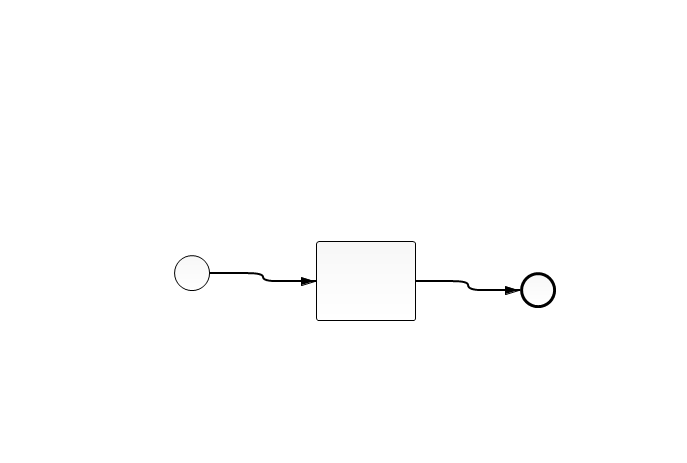
The BPMN diagram src/main/resources/search_candidate.png in SandraLe/WEPLACM, before a commit. Its source is kept beside it as src/main/resources/search_candidate.bpmn. Ids are renumbered.
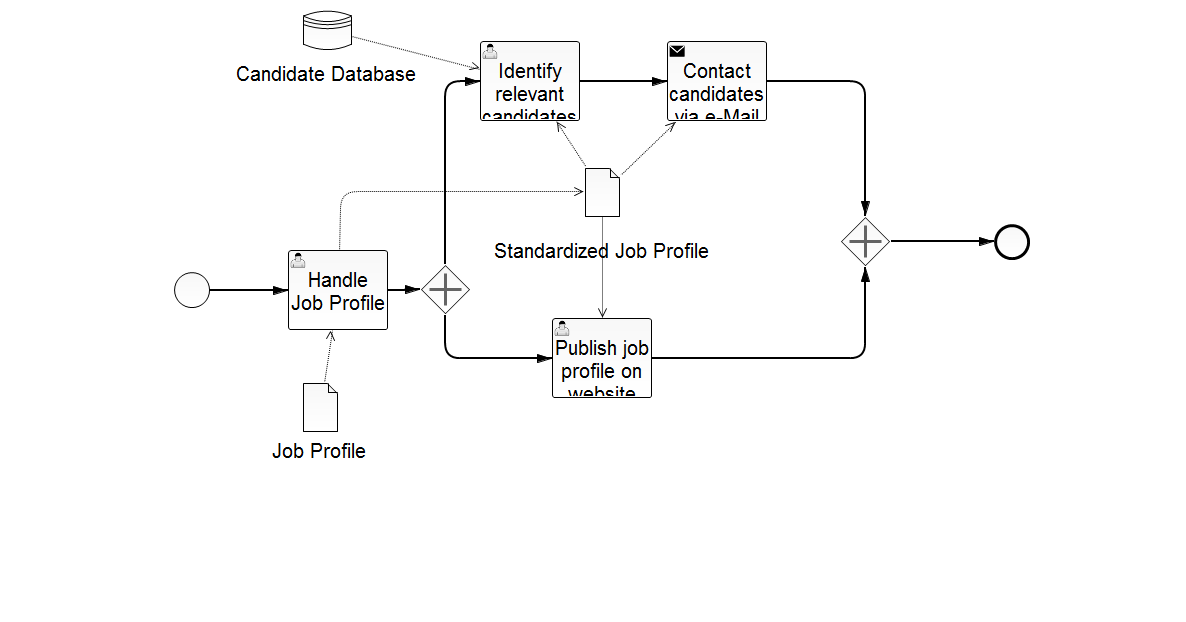
The same diagram one commit later.

What changed in the source:
```diff
@@ -1,19 +1,20 @@
 <bpmn2:definitions xmlns:xsi="http://www.w3.org/2001/XMLSchema-instance" xmlns:bpmn2="http://www.omg.org/spec/BPMN/20100524/MODEL" xmlns:bpmndi="http://www.omg.org/spec/BPMN/20100524/DI" xmlns:dc="http://www.omg.org/spec/DD/20100524/DC" xmlns:di="http://www.omg.org/spec/DD/20100524/DI" xsi:schemaLocation="http://www.omg.org/spec/BPMN/20100524/MODEL BPMN20.xsd" id="_nEj-wAk-EeWftNyabiApZA" exporter="camunda modeler" exporterVersion="2.7.0" targetNamespace="http://activiti.org/bpmn">
   <bpmn2:process id="search_candidate" isExecutable="true">
-    <bpmn2:ioSpecification id="InputOutputSpecification_1">
-      <bpmn2:dataInput id="DataInput_1"/>
-    </bpmn2:ioSpecification>
+    <bpmn2:ioSpecification id="InputOutputSpecification_1"/>
     <bpmn2:startEvent id="StartEvent_1">
       <bpmn2:outgoing>SequenceFlow_1</bpmn2:outgoing>
     </bpmn2:startEvent>
     <bpmn2:sequenceFlow id="SequenceFlow_1" name="" sourceRef="StartEvent_1" targetRef="Task_1"/>
-    <bpmn2:task id="Task_1" name="Handle Job Profile">
+    <bpmn2:userTask id="Task_1" name="Handle Job Profile">
       <bpmn2:incoming>SequenceFlow_1</bpmn2:incoming>
       <bpmn2:outgoing>SequenceFlow_10</bpmn2:outgoing>
-      <bpmn2:dataInputAssociation id="DataInputAssociation_2">
-        <bpmn2:sourceRef>DataInput_1</bpmn2:sourceRef>
+      <bpmn2:dataInputAssociation id="DataInputAssociation_3">
+        <bpmn2:sourceRef>JobProfileReference1</bpmn2:sourceRef>
       </bpmn2:dataInputAssociation>
-    </bpmn2:task>
+      <bpmn2:dataOutputAssociation id="DataOutputAssociation_1">
+        <bpmn2:targetRef>StandardizedJobProfileReference1</bpmn2:targetRef>
+      </bpmn2:dataOutputAssociation>
+    </bpmn2:userTask>
     <bpmn2:sequenceFlow id="SequenceFlow_10" name="" sourceRef="Task_1" targetRef="ParallelGateway_1"/>
     <bpmn2:parallelGateway id="ParallelGateway_1">
       <bpmn2:incoming>SequenceFlow_10</bpmn2:incoming>
@@ -22,34 +23,47 @@
     </bpmn2:parallelGateway>
     <bpmn2:sequenceFlow id="SequenceFlow_8" name="" sourceRef="ParallelGateway_1" targetRef="Task_3"/>
     <bpmn2:sequenceFlow id="SequenceFlow_9" name="" sourceRef="ParallelGateway_1" targetRef="Task_2"/>
+    <bpmn2:userTask id="Task_3" name="Publish job profile on website">
+      <bpmn2:incoming>SequenceFlow_8</bpmn2:incoming>
+      <bpmn2:outgoing>SequenceFlow_14</bpmn2:outgoing>
+      <bpmn2:dataInputAssociation id="DataInputAssociation_6">
+        <bpmn2:sourceRef>StandardizedJobProfileReference1</bpmn2:sourceRef>
+      </bpmn2:dataInputAssociation>
+    </bpmn2:userTask>
+    <bpmn2:sequenceFlow id="SequenceFlow_14" name="" sourceRef="Task_3" targetRef="ParallelGateway_2"/>
+    <bpmn2:dataStoreReference id="_DataStoreReference_2" name="Candidate Database" dataStoreRef="DataStore_1"/>
+    <bpmn2:dataObject id="DataObject_1" name="Data Object 1"/>
+    <bpmn2:dataObjectReference id="JobProfileReference1" name="Job Profile" dataObjectRef="DataObject_1"/>
+    <bpmn2:dataObject id="DataObject_2" name="Data Object 2"/>
+    <bpmn2:dataObjectReference id="StandardizedJobProfileReference1" name="Standardized Job Profile" dataObjectRef="DataObject_2"/>
+    <bpmn2:userTask id="Task_2" name="Identify relevant candidates from the database">
+      <bpmn2:incoming>SequenceFlow_9</bpmn2:incoming>
+      <bpmn2:outgoing>SequenceFlow_11</bpmn2:outgoing>
+      <bpmn2:dataInputAssociation id="DataInputAssociation_1">
+        <bpmn2:sourceRef>_DataStoreReference_2</bpmn2:sourceRef>
+      </bpmn2:dataInputAssociation>
+      <bpmn2:dataInputAssociation id="DataInputAssociation_5">
+        <bpmn2:sourceRef>StandardizedJobProfileReference1</bpmn2:sourceRef>
+      </bpmn2:dataInputAssociation>
+    </bpmn2:userTask>
+    <bpmn2:sequenceFlow id="SequenceFlow_11" name="" sourceRef="Task_2" targetRef="Task_4"/>
+    <bpmn2:sendTask id="Task_4" name="Contact candidates via e-Mail">
+      <bpmn2:incoming>SequenceFlow_11</bpmn2:incoming>
+      <bpmn2:outgoing>SequenceFlow_12</bpmn2:outgoing>
+      <bpmn2:dataInputAssociation id="DataInputAssociation_4">
+        <bpmn2:sourceRef>StandardizedJobProfileReference1</bpmn2:sourceRef>
+      </bpmn2:dataInputAssociation>
+    </bpmn2:sendTask>
+    <bpmn2:sequenceFlow id="SequenceFlow_12" name="" sourceRef="Task_4" targetRef="ParallelGateway_2"/>
     <bpmn2:parallelGateway id="ParallelGateway_2">
       <bpmn2:incoming>SequenceFlow_12</bpmn2:incoming>
       <bpmn2:incoming>SequenceFlow_14</bpmn2:incoming>
       <bpmn2:outgoing>SequenceFlow_17</bpmn2:outgoing>
     </bpmn2:parallelGateway>
-    <bpmn2:task id="Task_2" name="Identify relevant candidates from the database">
-      <bpmn2:incoming>SequenceFlow_9</bpmn2:incoming>
-      <bpmn2:outgoing>SequenceFlow_11</bpmn2:outgoing>
-      <bpmn2:dataInputAssociation id="DataInputAssociation_1">
-        <bpmn2:sourceRef>_DataStoreReference_2</bpmn2:sourceRef>
-      </bpmn2:dataInputAssociation>
-    </bpmn2:task>
-    <bpmn2:sequenceFlow id="SequenceFlow_11" name="" sourceRef="Task_2" targetRef="Task_4"/>
-    <bpmn2:task id="Task_4" name="Contact candidates via e-Mail">
-      <bpmn2:incoming>SequenceFlow_11</bpmn2:incoming>
-      <bpmn2:outgoing>SequenceFlow_12</bpmn2:outgoing>
-    </bpmn2:task>
-    <bpmn2:sequenceFlow id="SequenceFlow_12" name="" sourceRef="Task_4" targetRef="ParallelGateway_2"/>
-    <bpmn2:task id="Task_3" name="Publish job profile on website">
-      <bpmn2:incoming>SequenceFlow_8</bpmn2:incoming>
-      <bpmn2:outgoing>SequenceFlow_14</bpmn2:outgoing>
-    </bpmn2:task>
-    <bpmn2:sequenceFlow id="SequenceFlow_14" name="" sourceRef="Task_3" targetRef="ParallelGateway_2"/>
     <bpmn2:sequenceFlow id="SequenceFlow_17" name="" sourceRef="ParallelGateway_2" targetRef="EndEvent_3"/>
     <bpmn2:endEvent id="EndEvent_3">
       <bpmn2:incoming>SequenceFlow_17</bpmn2:incoming>
     </bpmn2:endEvent>
-    <bpmn2:dataStoreReference id="_DataStoreReference_2" name="Candidate Database" dataStoreRef="DataStore_1"/>
   </bpmn2:process>
   <bpmn2:dataStore id="DataStore_1" name="Data Store 1"/>
   <bpmndi:BPMNDiagram id="BPMNDiagram_1">
@@ -68,13 +82,13 @@
         </bpmndi:BPMNLabel>
       </bpmndi:BPMNEdge>
       <bpmndi:BPMNShape id="_BPMNShape_Task_3" bpmnElement="Task_2">
-        <dc:Bounds height="80.0" width="100.0" x="480.0" y="169.0"/>
+        <dc:Bounds height="80.0" width="100.0" x="480.0" y="36.0"/>
       </bpmndi:BPMNShape>
       <bpmndi:BPMNShape id="_BPMNShape_Task_4" bpmnElement="Task_3">
         <dc:Bounds height="80.0" width="100.0" x="552.0" y="313.0"/>
       </bpmndi:BPMNShape>
       <bpmndi:BPMNShape id="_BPMNShape_Task_5" bpmnElement="Task_4">
-        <dc:Bounds height="80.0" width="100.0" x="612.0" y="169.0"/>
+        <dc:Bounds height="80.0" width="100.0" x="667.0" y="36.0"/>
       </bpmndi:BPMNShape>
       <bpmndi:BPMNShape id="_BPMNShape_ParallelGateway_2" bpmnElement="ParallelGateway_1">
         <dc:Bounds height="50.0" width="50.0" x="420.0" y="259.0"/>
@@ -92,10 +106,10 @@
       </bpmndi:BPMNEdge>
       <bpmndi:BPMNEdge id="BPMNEdge_SequenceFlow_9" bpmnElement="SequenceFlow_9" sourceElement="_BPMNShape_ParallelGateway_2" targetElement="_BPMNShape_Task_3">
         <di:waypoint xsi:type="dc:Point" x="445.0" y="259.0"/>
-        <di:waypoint xsi:type="dc:Point" x="445.0" y="209.0"/>
-        <di:waypoint xsi:type="dc:Point" x="480.0" y="209.0"/>
+        <di:waypoint xsi:type="dc:Point" x="445.0" y="76.0"/>
+        <di:waypoint xsi:type="dc:Point" x="480.0" y="76.0"/>
         <bpmndi:BPMNLabel>
-          <dc:Bounds height="6.0" width="6.0" x="445.0" y="209.0"/>
+          <dc:Bounds height="6.0" width="6.0" x="442.0" y="206.0"/>
         </bpmndi:BPMNLabel>
       </bpmndi:BPMNEdge>
       <bpmndi:BPMNEdge id="BPMNEdge_SequenceFlow_10" bpmnElement="SequenceFlow_10" sourceElement="_BPMNShape_Task_2" targetElement="_BPMNShape_ParallelGateway_2">
@@ -108,66 +122,91 @@
         </bpmndi:BPMNLabel>
       </bpmndi:BPMNEdge>
       <bpmndi:BPMNEdge id="BPMNEdge_SequenceFlow_11" bpmnElement="SequenceFlow_11" sourceElement="_BPMNShape_Task_3" targetElement="_BPMNShape_Task_5">
-        <di:waypoint xsi:type="dc:Point" x="580.0" y="209.0"/>
-        <di:waypoint xsi:type="dc:Point" x="612.0" y="209.0"/>
+        <di:waypoint xsi:type="dc:Point" x="580.0" y="76.0"/>
+        <di:waypoint xsi:type="dc:Point" x="667.0" y="76.0"/>
         <bpmndi:BPMNLabel>
-          <dc:Bounds height="6.0" width="6.0" x="593.0" y="209.0"/>
+          <dc:Bounds height="6.0" width="6.0" x="593.0" y="76.0"/>
         </bpmndi:BPMNLabel>
       </bpmndi:BPMNEdge>
       <bpmndi:BPMNShape id="_BPMNShape_ParallelGateway_3" bpmnElement="ParallelGateway_2">
-        <dc:Bounds height="50.0" width="50.0" x="739.0" y="259.0"/>
+        <dc:Bounds height="50.0" width="50.0" x="840.0" y="211.0"/>
         <bpmndi:BPMNLabel>
-          <dc:Bounds height="0.0" width="0.0" x="764.0" y="314.0"/>
+          <dc:Bounds height="0.0" width="0.0" x="865.0" y="266.0"/>
         </bpmndi:BPMNLabel>
       </bpmndi:BPMNShape>
       <bpmndi:BPMNEdge id="BPMNEdge_SequenceFlow_12" bpmnElement="SequenceFlow_12" sourceElement="_BPMNShape_Task_5" targetElement="_BPMNShape_ParallelGateway_3">
-        <di:waypoint xsi:type="dc:Point" x="712.0" y="209.0"/>
-        <di:waypoint xsi:type="dc:Point" x="765.0" y="209.0"/>
-        <di:waypoint xsi:type="dc:Point" x="764.0" y="259.0"/>
+        <di:waypoint xsi:type="dc:Point" x="767.0" y="76.0"/>
+        <di:waypoint xsi:type="dc:Point" x="865.0" y="76.0"/>
+        <di:waypoint xsi:type="dc:Point" x="865.0" y="180.0"/>
+        <di:waypoint xsi:type="dc:Point" x="865.0" y="211.0"/>
         <bpmndi:BPMNLabel>
-          <dc:Bounds height="6.0" width="6.0" x="762.0" y="217.0"/>
+          <dc:Bounds height="6.0" width="6.0" x="825.0" y="76.0"/>
         </bpmndi:BPMNLabel>
       </bpmndi:BPMNEdge>
       <bpmndi:BPMNEdge id="BPMNEdge_SequenceFlow_14" bpmnElement="SequenceFlow_14" sourceElement="_BPMNShape_Task_4" targetElement="_BPMNShape_ParallelGateway_3">
         <di:waypoint xsi:type="dc:Point" x="652.0" y="353.0"/>
-        <di:waypoint xsi:type="dc:Point" x="765.0" y="353.0"/>
-        <di:waypoint xsi:type="dc:Point" x="764.0" y="309.0"/>
+        <di:waypoint xsi:type="dc:Point" x="865.0" y="353.0"/>
+        <di:waypoint xsi:type="dc:Point" x="865.0" y="261.0"/>
         <bpmndi:BPMNLabel>
-          <dc:Bounds height="6.0" width="6.0" x="761.0" y="325.0"/>
+          <dc:Bounds height="6.0" width="6.0" x="790.0" y="353.0"/>
         </bpmndi:BPMNLabel>
       </bpmndi:BPMNEdge>
       <bpmndi:BPMNShape id="_BPMNShape_EndEvent_7" bpmnElement="EndEvent_3">
-        <dc:Bounds height="36.0" width="36.0" x="842.0" y="267.0"/>
+        <dc:Bounds height="36.0" width="36.0" x="994.0" y="219.0"/>
         <bpmndi:BPMNLabel>
-          <dc:Bounds height="0.0" width="0.0" x="860.0" y="308.0"/>
+          <dc:Bounds height="0.0" width="0.0" x="1012.0" y="260.0"/>
         </bpmndi:BPMNLabel>
       </bpmndi:BPMNShape>
       <bpmndi:BPMNEdge id="BPMNEdge_SequenceFlow_17" bpmnElement="SequenceFlow_17" sourceElement="_BPMNShape_ParallelGateway_3" targetElement="_BPMNShape_EndEvent_7">
-        <di:waypoint xsi:type="dc:Point" x="789.0" y="284.0"/>
-        <di:waypoint xsi:type="dc:Point" x="814.0" y="284.0"/>
-        <di:waypoint xsi:type="dc:Point" x="814.0" y="285.0"/>
-        <di:waypoint xsi:type="dc:Point" x="842.0" y="285.0"/>
+        <di:waypoint xsi:type="dc:Point" x="890.0" y="236.0"/>
+        <di:waypoint xsi:type="dc:Point" x="946.0" y="236.0"/>
+        <di:waypoint xsi:type="dc:Point" x="994.0" y="237.0"/>
         <bpmndi:BPMNLabel>
-          <dc:Bounds height="6.0" width="6.0" x="811.0" y="285.0"/>
+          <dc:Bounds height="6.0" width="6.0" x="913.0" y="236.0"/>
         </bpmndi:BPMNLabel>
       </bpmndi:BPMNEdge>
       <bpmndi:BPMNShape id="_BPMNShape_DataStoreReference_2" bpmnElement="_DataStoreReference_2">
-        <dc:Bounds height="50.0" width="50.0" x="353.0" y="71.0"/>
+        <dc:Bounds height="50.0" width="50.0" x="302.0" y="0.0"/>
+        <bpmndi:BPMNLabel>
+          <dc:Bounds height="29.0" width="186.0" x="234.0" y="55.0"/>
+        </bpmndi:BPMNLabel>
       </bpmndi:BPMNShape>
       <bpmndi:BPMNEdge id="BPMNEdge_DataInputAssociation_1" bpmnElement="DataInputAssociation_1" sourceElement="_BPMNShape_DataStoreReference_2" targetElement="_BPMNShape_Task_3">
-        <di:waypoint xsi:type="dc:Point" x="403.0" y="96.0"/>
-        <di:waypoint xsi:type="dc:Point" x="530.0" y="96.0"/>
-        <di:waypoint xsi:type="dc:Point" x="530.0" y="169.0"/>
+        <di:waypoint xsi:type="dc:Point" x="352.0" y="31.0"/>
+        <di:waypoint xsi:type="dc:Point" x="480.0" y="63.0"/>
       </bpmndi:BPMNEdge>
-      <bpmndi:BPMNShape id="_BPMNShape_DataInput_2" bpmnElement="DataInput_1">
-        <dc:Bounds height="50.0" width="36.0" x="320.0" y="384.0"/>
+      <bpmndi:BPMNShape id="_BPMNShape_DataObjectReference_7" bpmnElement="JobProfileReference1">
+        <dc:Bounds height="50.0" width="36.0" x="302.0" y="377.0"/>
         <bpmndi:BPMNLabel>
-          <dc:Bounds height="0.0" width="0.0" x="338.0" y="439.0"/>
+          <dc:Bounds height="29.0" width="226.0" x="207.0" y="432.0"/>
         </bpmndi:BPMNLabel>
       </bpmndi:BPMNShape>
-      <bpmndi:BPMNEdge id="BPMNEdge_DataInputAssociation_2" bpmnElement="DataInputAssociation_2" sourceElement="_BPMNShape_DataInput_2" targetElement="_BPMNShape_Task_2">
-        <di:waypoint xsi:type="dc:Point" x="338.0" y="384.0"/>
-        <di:waypoint xsi:type="dc:Point" x="338.0" y="325.0"/>
+      <bpmndi:BPMNEdge id="BPMNEdge_DataInputAssociation_3" bpmnElement="DataInputAssociation_3" sourceElement="_BPMNShape_DataObjectReference_7" targetElement="_BPMNShape_Task_2">
+        <di:waypoint xsi:type="dc:Point" x="324.0" y="377.0"/>
+        <di:waypoint xsi:type="dc:Point" x="332.0" y="325.0"/>
+      </bpmndi:BPMNEdge>
+      <bpmndi:BPMNShape id="_BPMNShape_DataObjectReference_8" bpmnElement="StandardizedJobProfileReference1">
+        <dc:Bounds height="50.0" width="36.0" x="584.0" y="162.0"/>
+        <bpmndi:BPMNLabel>
+          <dc:Bounds height="29.0" width="221.0" x="492.0" y="232.0"/>
+        </bpmndi:BPMNLabel>
+      </bpmndi:BPMNShape>
+      <bpmndi:BPMNEdge id="BPMNEdge_DataInputAssociation_4" bpmnElement="DataInputAssociation_4" sourceElement="_BPMNShape_DataObjectReference_8" targetElement="_BPMNShape_Task_5">
+        <di:waypoint xsi:type="dc:Point" x="620.0" y="170.0"/>
+        <di:waypoint xsi:type="dc:Point" x="676.0" y="116.0"/>
+      </bpmndi:BPMNEdge>
+      <bpmndi:BPMNEdge id="BPMNEdge_DataInputAssociation_5" bpmnElement="DataInputAssociation_5" sourceElement="_BPMNShape_DataObjectReference_8" targetElement="_BPMNShape_Task_3">
+        <di:waypoint xsi:type="dc:Point" x="586.0" y="162.0"/>
+        <di:waypoint xsi:type="dc:Point" x="556.0" y="116.0"/>
+      </bpmndi:BPMNEdge>
+      <bpmndi:BPMNEdge id="BPMNEdge_DataInputAssociation_6" bpmnElement="DataInputAssociation_6" sourceElement="_BPMNShape_DataObjectReference_8" targetElement="_BPMNShape_Task_4">
+        <di:waypoint xsi:type="dc:Point" x="602.0" y="212.0"/>
+        <di:waypoint xsi:type="dc:Point" x="602.0" y="313.0"/>
+      </bpmndi:BPMNEdge>
+      <bpmndi:BPMNEdge id="BPMNEdge_DataOutputAssociation_1" bpmnElement="DataOutputAssociation_1" sourceElement="_BPMNShape_Task_2" targetElement="_BPMNShape_DataObjectReference_8">
+        <di:waypoint xsi:type="dc:Point" x="339.0" y="245.0"/>
+        <di:waypoint xsi:type="dc:Point" x="341.0" y="186.0"/>
+        <di:waypoint xsi:type="dc:Point" x="584.0" y="187.0"/>
       </bpmndi:BPMNEdge>
     </bpmndi:BPMNPlane>
   </bpmndi:BPMNDiagram>
```
